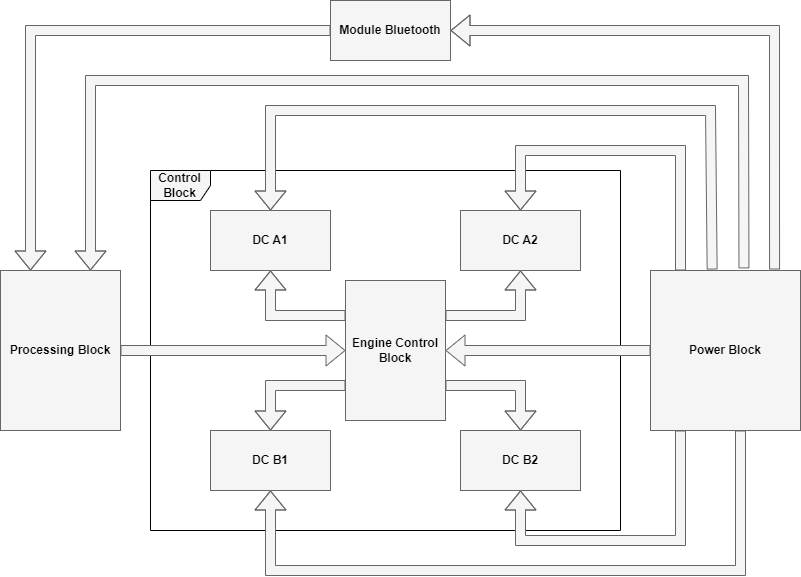
Before: Block Diagram.drawio.png, a diagram exported from draw.io (lil-dua/arduino_bluetooth_car). Source tidied: cells renumbered, new cells last; positions are measured from the earlier drawing's top-left corner, leaving out a move shared by most shapes. The source it was exported from:
```xml
<mxGraphModel>
  <root>
    <mxCell id="0" />
    <mxCell id="1" parent="0" />
    <mxCell id="2" value="&lt;font color=&quot;#000000&quot;&gt;&lt;b&gt;Processing Block&lt;/b&gt;&lt;/font&gt;" style="rounded=0;whiteSpace=wrap;html=1;fillColor=#f5f5f5;strokeColor=#666666;fontColor=#333333;" parent="1" vertex="1">
      <mxGeometry y="270" width="120" height="160" as="geometry" />
    </mxCell>
    <mxCell id="3" value="&lt;b&gt;&lt;font color=&quot;#000000&quot;&gt;Control Block&lt;/font&gt;&lt;/b&gt;" style="shape=umlFrame;whiteSpace=wrap;html=1;fillColor=#f5f5f5;fontColor=#333333;strokeColor=#000000;" parent="1" vertex="1">
      <mxGeometry x="150" y="170" width="470" height="360" as="geometry" />
    </mxCell>
    <mxCell id="4" value="&lt;font color=&quot;#000000&quot;&gt;&lt;b&gt;Engine Control Block&lt;/b&gt;&lt;/font&gt;" style="rounded=0;whiteSpace=wrap;html=1;fillColor=#f5f5f5;fontColor=#333333;strokeColor=#666666;" parent="1" vertex="1">
      <mxGeometry x="345" y="280" width="100" height="140" as="geometry" />
    </mxCell>
    <mxCell id="5" value="&lt;font style=&quot;&quot; color=&quot;#000000&quot;&gt;&lt;b&gt;DC A1&lt;/b&gt;&lt;/font&gt;" style="rounded=0;whiteSpace=wrap;html=1;fillColor=#f5f5f5;fontColor=#333333;strokeColor=#666666;" parent="1" vertex="1">
      <mxGeometry x="210" y="210" width="120" height="60" as="geometry" />
    </mxCell>
    <mxCell id="6" value="&lt;b&gt;&lt;font color=&quot;#000000&quot;&gt;DC B1&lt;/font&gt;&lt;/b&gt;" style="rounded=0;whiteSpace=wrap;html=1;fillColor=#f5f5f5;fontColor=#333333;strokeColor=#666666;" parent="1" vertex="1">
      <mxGeometry x="210" y="430" width="120" height="60" as="geometry" />
    </mxCell>
    <mxCell id="7" value="&lt;b&gt;&lt;font color=&quot;#000000&quot;&gt;DC B2&lt;/font&gt;&lt;/b&gt;" style="rounded=0;whiteSpace=wrap;html=1;fillColor=#f5f5f5;fontColor=#333333;strokeColor=#666666;" parent="1" vertex="1">
      <mxGeometry x="460" y="430" width="120" height="60" as="geometry" />
    </mxCell>
    <mxCell id="8" value="&lt;font color=&quot;#000000&quot;&gt;&lt;b&gt;DC A2&lt;/b&gt;&lt;/font&gt;" style="rounded=0;whiteSpace=wrap;html=1;fillColor=#f5f5f5;fontColor=#333333;strokeColor=#666666;" parent="1" vertex="1">
      <mxGeometry x="460" y="210" width="120" height="60" as="geometry" />
    </mxCell>
    <mxCell id="9" value="&lt;font color=&quot;#000000&quot;&gt;&lt;b&gt;Module Bluetooth&lt;/b&gt;&lt;/font&gt;" style="rounded=0;whiteSpace=wrap;html=1;fillColor=#f5f5f5;fontColor=#333333;strokeColor=#666666;" parent="1" vertex="1">
      <mxGeometry x="330" width="120" height="60" as="geometry" />
    </mxCell>
    <mxCell id="10" value="&lt;font color=&quot;#000000&quot;&gt;&lt;b&gt;Power Block&lt;/b&gt;&lt;/font&gt;" style="rounded=0;whiteSpace=wrap;html=1;fillColor=#f5f5f5;fontColor=#333333;strokeColor=#666666;" parent="1" vertex="1">
      <mxGeometry x="650" y="270" width="150" height="160" as="geometry" />
    </mxCell>
    <mxCell id="11" style="shape=flexArrow;endArrow=classic;html=1;rounded=0;exitX=0;exitY=0.25;exitDx=0;exitDy=0;entryX=0.5;entryY=1;entryDx=0;entryDy=0;fillColor=#f5f5f5;strokeColor=#666666;" parent="1" edge="1" source="4" target="5">
      <mxGeometry relative="1" as="geometry">
        <Array as="points">
          <mxPoint x="270" y="315" />
        </Array>
      </mxGeometry>
    </mxCell>
    <mxCell id="12" style="shape=flexArrow;endArrow=classic;html=1;rounded=0;exitX=0;exitY=0.75;exitDx=0;exitDy=0;entryX=0.5;entryY=0;entryDx=0;entryDy=0;fillColor=#f5f5f5;strokeColor=#666666;" parent="1" edge="1" source="4" target="6">
      <mxGeometry relative="1" as="geometry">
        <Array as="points">
          <mxPoint x="270" y="385" />
        </Array>
      </mxGeometry>
    </mxCell>
    <mxCell id="13" style="shape=flexArrow;endArrow=classic;html=1;rounded=0;exitX=1;exitY=0.25;exitDx=0;exitDy=0;entryX=0.5;entryY=1;entryDx=0;entryDy=0;fillColor=#f5f5f5;strokeColor=#666666;" parent="1" edge="1" source="4" target="8">
      <mxGeometry relative="1" as="geometry">
        <Array as="points">
          <mxPoint x="520" y="315" />
        </Array>
      </mxGeometry>
    </mxCell>
    <mxCell id="14" style="shape=flexArrow;endArrow=classic;html=1;rounded=0;exitX=1;exitY=0.75;exitDx=0;exitDy=0;entryX=0.5;entryY=0;entryDx=0;entryDy=0;fillColor=#f5f5f5;strokeColor=#666666;" parent="1" edge="1" source="4" target="7">
      <mxGeometry relative="1" as="geometry">
        <Array as="points">
          <mxPoint x="520" y="385" />
        </Array>
      </mxGeometry>
    </mxCell>
    <mxCell id="15" style="shape=flexArrow;endArrow=classic;html=1;rounded=0;exitX=1;exitY=0.5;exitDx=0;exitDy=0;entryX=0;entryY=0.5;entryDx=0;entryDy=0;fillColor=#f5f5f5;strokeColor=#666666;" parent="1" edge="1" source="2" target="4">
      <mxGeometry relative="1" as="geometry" />
    </mxCell>
    <mxCell id="16" style="shape=flexArrow;endArrow=classic;html=1;rounded=0;exitX=0;exitY=0.5;exitDx=0;exitDy=0;entryX=1;entryY=0.5;entryDx=0;entryDy=0;fillColor=#f5f5f5;strokeColor=#666666;" parent="1" edge="1" source="10" target="4">
      <mxGeometry relative="1" as="geometry" />
    </mxCell>
    <mxCell id="17" style="shape=flexArrow;endArrow=classic;html=1;rounded=0;entryX=0.25;entryY=0;entryDx=0;entryDy=0;exitX=0;exitY=0.5;exitDx=0;exitDy=0;fillColor=#f5f5f5;strokeColor=#666666;" parent="1" edge="1" source="9" target="2">
      <mxGeometry relative="1" as="geometry">
        <Array as="points">
          <mxPoint x="30" y="30" />
        </Array>
      </mxGeometry>
    </mxCell>
    <mxCell id="18" style="shape=flexArrow;endArrow=classic;html=1;rounded=0;exitX=0.623;exitY=-0.013;exitDx=0;exitDy=0;entryX=0.75;entryY=0;entryDx=0;entryDy=0;fillColor=#f5f5f5;strokeColor=#666666;exitPerimeter=0;" parent="1" edge="1" source="10" target="2">
      <mxGeometry relative="1" as="geometry">
        <Array as="points">
          <mxPoint x="743" y="80" />
          <mxPoint x="90" y="80" />
        </Array>
      </mxGeometry>
    </mxCell>
    <mxCell id="19" style="shape=flexArrow;endArrow=classic;html=1;rounded=0;exitX=0.827;exitY=-0.006;exitDx=0;exitDy=0;entryX=1;entryY=0.5;entryDx=0;entryDy=0;fillColor=#f5f5f5;strokeColor=#666666;exitPerimeter=0;" parent="1" edge="1" source="10" target="9">
      <mxGeometry relative="1" as="geometry">
        <Array as="points">
          <mxPoint x="774" y="30" />
        </Array>
      </mxGeometry>
    </mxCell>
    <mxCell id="20" style="shape=flexArrow;endArrow=classic;html=1;rounded=0;entryX=0.5;entryY=1;entryDx=0;entryDy=0;fillColor=#f5f5f5;strokeColor=#666666;" parent="1" edge="1" target="7">
      <mxGeometry relative="1" as="geometry">
        <mxPoint x="680" y="430" as="sourcePoint" />
        <Array as="points">
          <mxPoint x="680" y="540" />
          <mxPoint x="520" y="540" />
        </Array>
      </mxGeometry>
    </mxCell>
    <mxCell id="21" style="shape=flexArrow;endArrow=classic;html=1;rounded=0;entryX=0.5;entryY=1;entryDx=0;entryDy=0;fillColor=#f5f5f5;strokeColor=#666666;" parent="1" edge="1" target="6">
      <mxGeometry relative="1" as="geometry">
        <mxPoint x="740" y="430" as="sourcePoint" />
        <Array as="points">
          <mxPoint x="740" y="570" />
          <mxPoint x="270" y="570" />
        </Array>
      </mxGeometry>
    </mxCell>
    <mxCell id="22" style="shape=flexArrow;endArrow=classic;html=1;rounded=0;exitX=0.411;exitY=-0.006;exitDx=0;exitDy=0;entryX=0.5;entryY=0;entryDx=0;entryDy=0;fillColor=#f5f5f5;strokeColor=#666666;exitPerimeter=0;" parent="1" edge="1" source="10" target="5">
      <mxGeometry relative="1" as="geometry">
        <Array as="points">
          <mxPoint x="710" y="110" />
          <mxPoint x="270" y="110" />
        </Array>
      </mxGeometry>
    </mxCell>
    <mxCell id="23" style="shape=flexArrow;endArrow=classic;html=1;rounded=0;entryX=0.5;entryY=0;entryDx=0;entryDy=0;fillColor=#f5f5f5;strokeColor=#666666;" parent="1" edge="1" target="8">
      <mxGeometry relative="1" as="geometry">
        <mxPoint x="680" y="270" as="sourcePoint" />
        <Array as="points">
          <mxPoint x="680" y="150" />
          <mxPoint x="520" y="150" />
        </Array>
      </mxGeometry>
    </mxCell>
  </root>
</mxGraphModel>
```
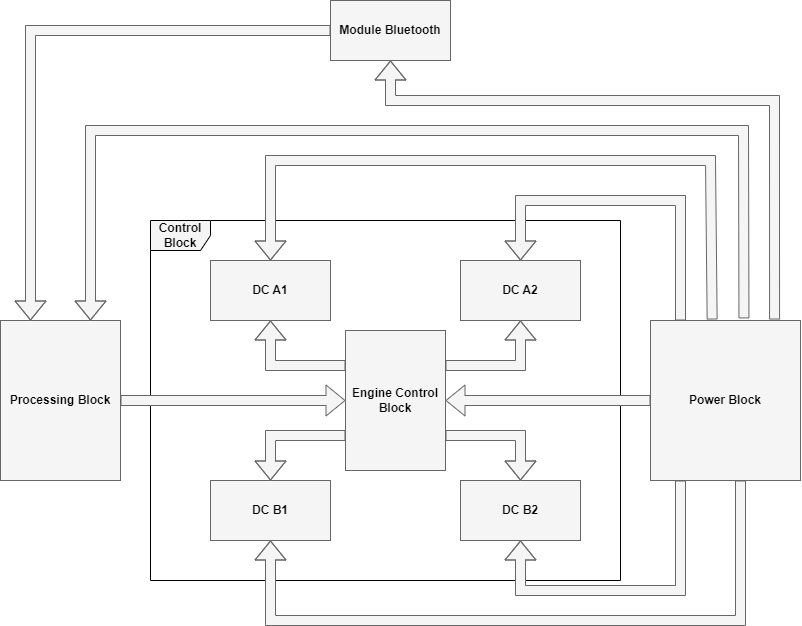
Above is the later version.

Diff of the diagram source:
```diff
@@ -24,7 +24,7 @@
       <mxGeometry x="460" y="210" width="120" height="60" as="geometry" />
     </mxCell>
     <mxCell id="9" value="&lt;font color=&quot;#000000&quot;&gt;&lt;b&gt;Module Bluetooth&lt;/b&gt;&lt;/font&gt;" style="rounded=0;whiteSpace=wrap;html=1;fillColor=#f5f5f5;fontColor=#333333;strokeColor=#666666;" parent="1" vertex="1">
-      <mxGeometry x="330" width="120" height="60" as="geometry" />
+      <mxGeometry x="330" y="-50" width="120" height="60" as="geometry" />
     </mxCell>
     <mxCell id="10" value="&lt;font color=&quot;#000000&quot;&gt;&lt;b&gt;Power Block&lt;/b&gt;&lt;/font&gt;" style="rounded=0;whiteSpace=wrap;html=1;fillColor=#f5f5f5;fontColor=#333333;strokeColor=#666666;" parent="1" vertex="1">
       <mxGeometry x="650" y="270" width="150" height="160" as="geometry" />
@@ -66,7 +66,7 @@
     <mxCell id="17" style="shape=flexArrow;endArrow=classic;html=1;rounded=0;entryX=0.25;entryY=0;entryDx=0;entryDy=0;exitX=0;exitY=0.5;exitDx=0;exitDy=0;fillColor=#f5f5f5;strokeColor=#666666;" parent="1" edge="1" source="9" target="2">
       <mxGeometry relative="1" as="geometry">
         <Array as="points">
-          <mxPoint x="30" y="30" />
+          <mxPoint x="30" y="-20" />
         </Array>
       </mxGeometry>
     </mxCell>
@@ -78,10 +78,11 @@
         </Array>
       </mxGeometry>
     </mxCell>
-    <mxCell id="19" style="shape=flexArrow;endArrow=classic;html=1;rounded=0;exitX=0.827;exitY=-0.006;exitDx=0;exitDy=0;entryX=1;entryY=0.5;entryDx=0;entryDy=0;fillColor=#f5f5f5;strokeColor=#666666;exitPerimeter=0;" parent="1" edge="1" source="10" target="9">
+    <mxCell id="19" style="shape=flexArrow;endArrow=classic;html=1;rounded=0;exitX=0.827;exitY=-0.006;exitDx=0;exitDy=0;entryX=0.5;entryY=1;entryDx=0;entryDy=0;fillColor=#f5f5f5;strokeColor=#666666;exitPerimeter=0;" parent="1" edge="1" source="10" target="9">
       <mxGeometry relative="1" as="geometry">
         <Array as="points">
-          <mxPoint x="774" y="30" />
+          <mxPoint x="774" y="50" />
+          <mxPoint x="390" y="50" />
         </Array>
       </mxGeometry>
     </mxCell>
```
